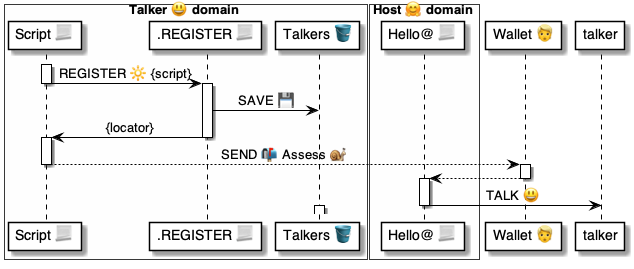
This is 4 ⚙️ Solution/37 Scripts 📃/📃 Commands ⌘/⌘ for control ▶️/REGISTER 🔆/🔆 REGISTER ⚙️ uml.png from pollyweb-org/pollyweb-docs, a PlantUML export, as it was before one commit. Its source is kept beside it as 4 ⚙️ Solution/37 Scripts 📃/📃 Commands ⌘/⌘ for control ▶️/REGISTER 🔆/🔆 REGISTER ⚙️ uml.puml.
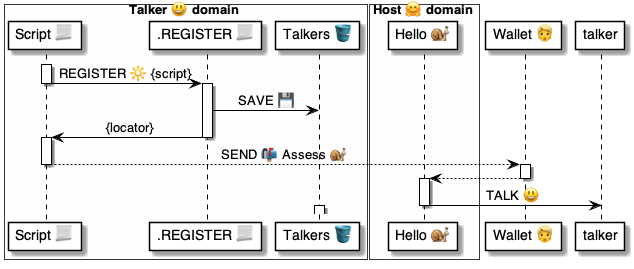
After the change.

What changed in the source:
```diff
@@ -7,7 +7,7 @@
 end box
 
 box Host 🤗 domain #FFFFFA
-    participant "Hello@ 📃" as hello
+    participant "Hello 🐌" as hello
 end box
 
 
```
